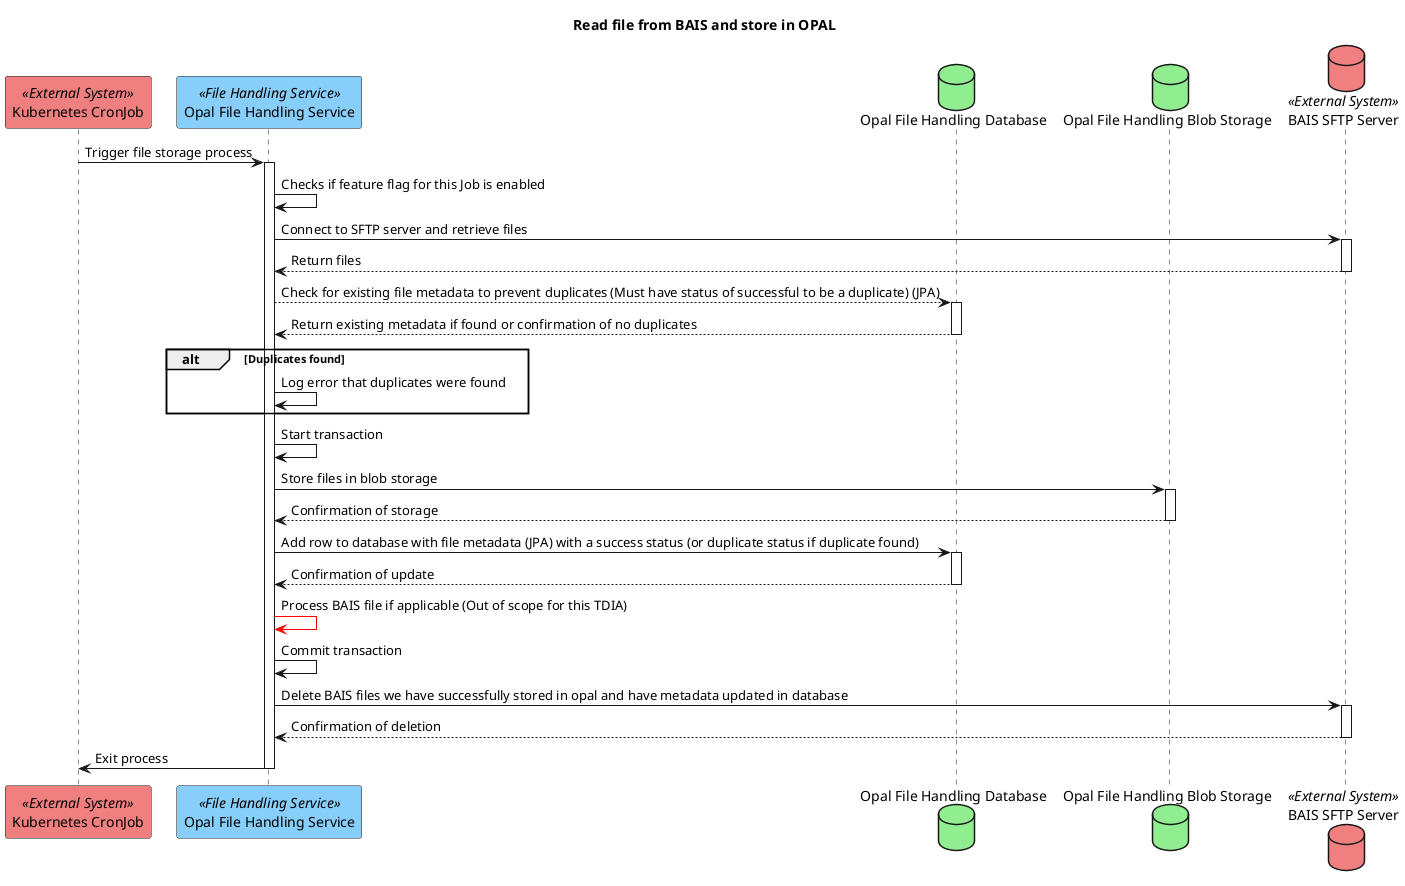
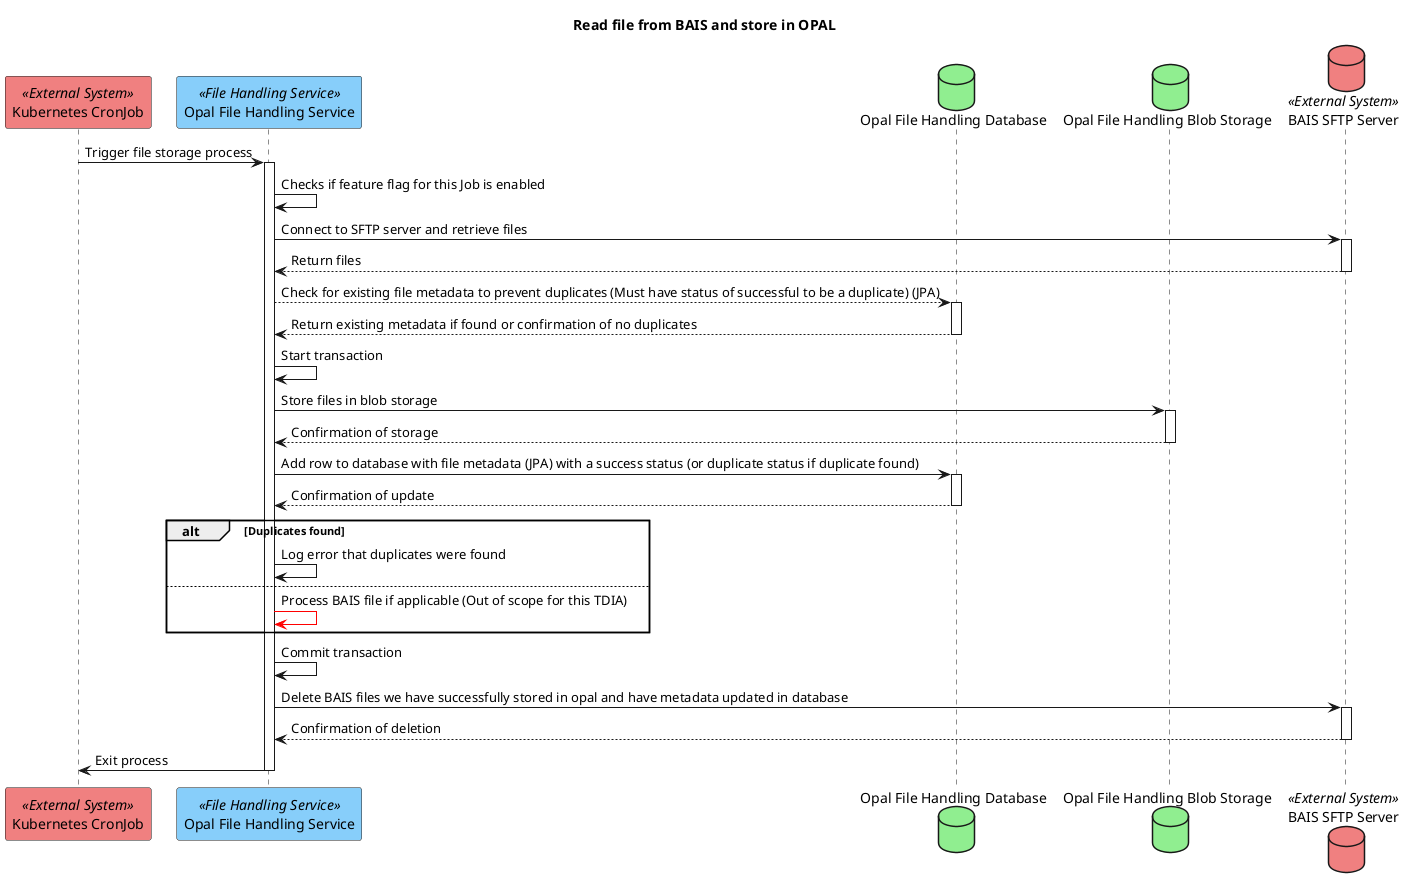
@startuml
title Read file from BAIS and store in OPAL
participant "Kubernetes CronJob" as cronjob <<External System>> #LightCoral
participant "Opal File Handling Service" as fileHandlingService <<File Handling Service>> #LightSkyBlue
database "Opal File Handling Database" as fileHandlingDb #LightGreen
database "Opal File Handling Blob Storage" as fileHandlingBlobStorage #LightGreen
database "BAIS SFTP Server" as baisSftpServer <<External System>> #LightCoral

cronjob -> fileHandlingService ++ : Trigger file storage process
fileHandlingService -> fileHandlingService : Checks if feature flag for this Job is enabled
fileHandlingService -> baisSftpServer ++ : Connect to SFTP server and retrieve files
baisSftpServer --> fileHandlingService -- : Return files
fileHandlingService --> fileHandlingDb ++ : Check for existing file metadata to prevent duplicates (Must have status of successful to be a duplicate) (JPA)
fileHandlingDb --> fileHandlingService -- : Return existing metadata if found or confirmation of no duplicates
- alt Duplicates found
-     fileHandlingService -> fileHandlingService : Log error that duplicates were found
- end
+ 
fileHandlingService -> fileHandlingService : Start transaction
fileHandlingService -> fileHandlingBlobStorage ++ : Store files in blob storage
fileHandlingBlobStorage --> fileHandlingService -- : Confirmation of storage
fileHandlingService -> fileHandlingDb ++ : Add row to database with file metadata (JPA) with a success status (or duplicate status if duplicate found)
fileHandlingDb --> fileHandlingService -- : Confirmation of update
- fileHandlingService -[#red]> fileHandlingService: Process BAIS file if applicable (Out of scope for this TDIA)
+ alt Duplicates found
+     fileHandlingService -> fileHandlingService : Log error that duplicates were found
+ else
+     fileHandlingService -[#red]> fileHandlingService: Process BAIS file if applicable (Out of scope for this TDIA)
+ end
fileHandlingService -> fileHandlingService : Commit transaction
fileHandlingService -> baisSftpServer ++ : Delete BAIS files we have successfully stored in opal and have metadata updated in database
baisSftpServer --> fileHandlingService -- : Confirmation of deletion
fileHandlingService -> cronjob -- : Exit process
@enduml